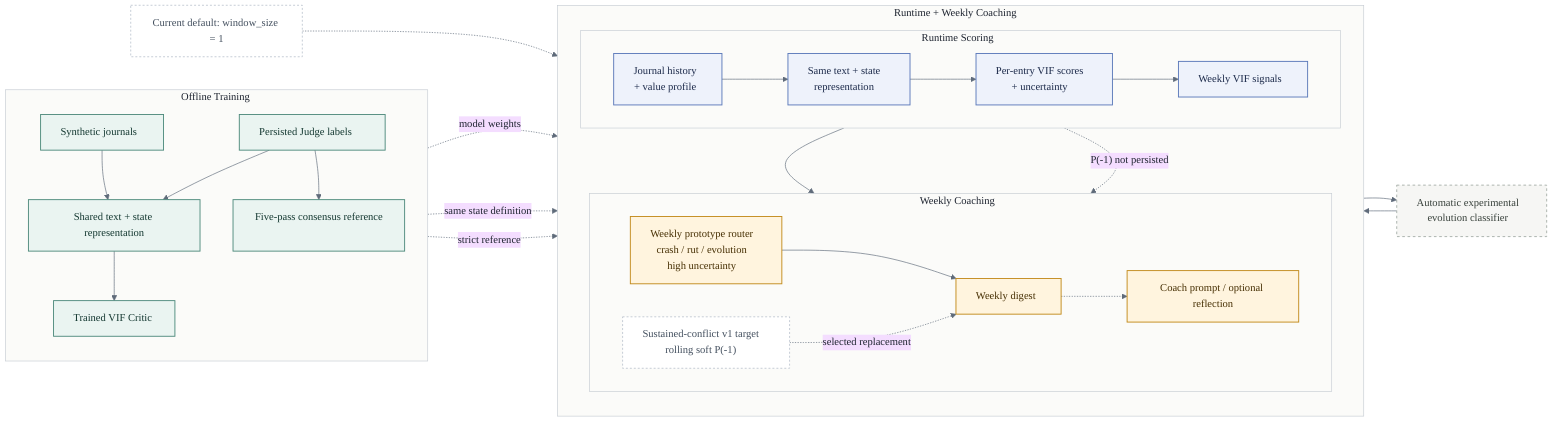
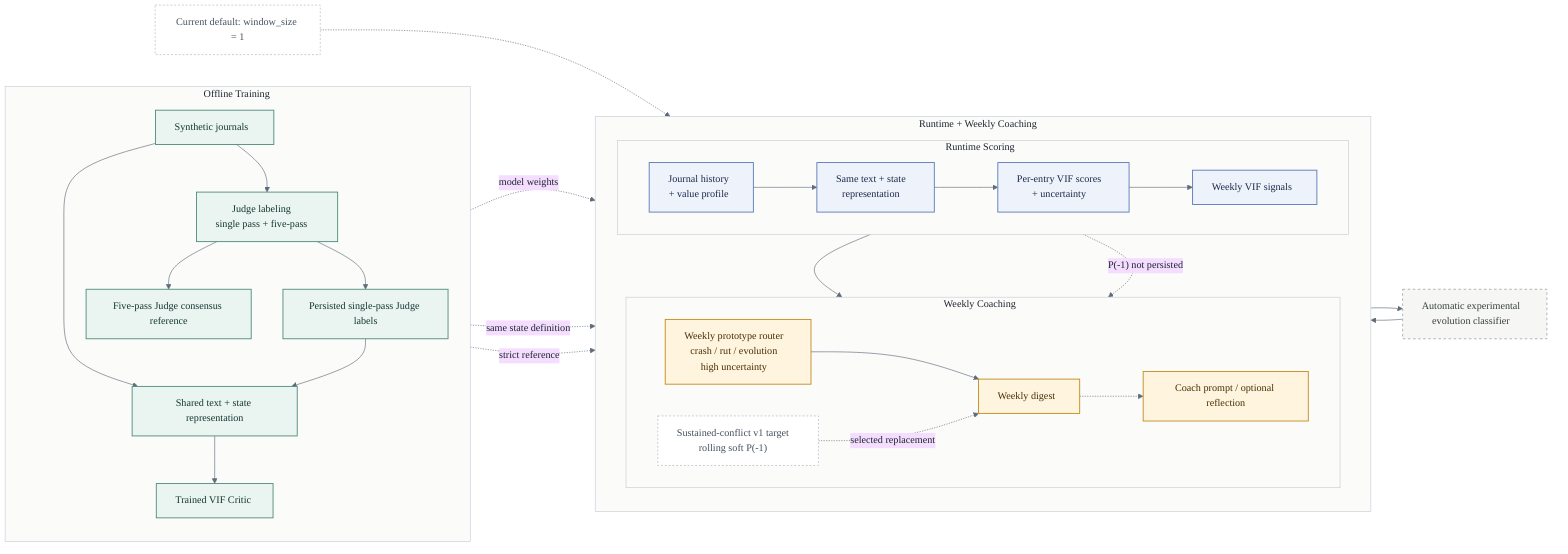
%%{init: {
  'theme': 'base',
  'themeVariables': {
    'fontFamily': 'Aptos, Calibri, Arial, sans-serif',
    'background': '#FFFFFF',
    'lineColor': '#5F6B7A',
    'primaryTextColor': '#1E2430',
    'secondaryTextColor': '#1E2430',
    'tertiaryTextColor': '#1E2430',
    'clusterBkg': '#FBFBF9',
    'clusterBorder': '#C7CDD4'
  }
}}%%
flowchart LR
    classDef offline fill:#EAF4F1,stroke:#4E8A7C,color:#143831,stroke-width:1.4px;
    classDef runtime fill:#EEF2FB,stroke:#5A78B9,color:#1C2A4A,stroke-width:1.4px;
    classDef coach fill:#FFF4DE,stroke:#C28A1B,color:#473004,stroke-width:1.4px;
    classDef optional fill:#F6F6F4,stroke:#9AA39D,color:#38413B,stroke-dasharray: 4 4,stroke-width:1.2px;
    classDef note fill:#FFFFFF,stroke:#AAB4C2,color:#44505F,stroke-dasharray: 3 3;

    subgraph offline_lane["Offline Training"]
        direction TB
        synth["Synthetic journals"]
-         labels["Persisted Judge labels"]
-         consensus["Five-pass consensus reference"]
+         judge["Judge labeling<br/>single pass + five-pass"]
+         labels["Persisted single-pass Judge labels"]
+         consensus["Five-pass Judge consensus reference"]
        shared_train["Shared text + state representation"]
        critic_model["Trained VIF Critic"]
        synth --> shared_train --> critic_model
+         synth --> judge
+         judge --> labels
+         judge --> consensus
        labels --> shared_train
-         labels --> consensus
    end

    subgraph product_lane["Runtime + Weekly Coaching"]
        direction TB
        subgraph runtime_lane["Runtime Scoring"]
            direction LR
            history["Journal history<br/>+ value profile"]
            shared_runtime["Same text + state<br/>representation"]
            entry_scores["Per-entry VIF scores<br/>+ uncertainty"]
            weekly["Weekly VIF signals"]
            history --> shared_runtime --> entry_scores --> weekly
        end
        subgraph coach_lane["Weekly Coaching"]
            direction LR
            drift["Weekly prototype router<br/>crash / rut / evolution<br/>high uncertainty"]
            drift_v1["Sustained-conflict v1 target<br/>rolling soft P(-1)"]
            digest["Weekly digest"]
            coach["Coach prompt / optional reflection"]
            drift --> digest -.-> coach
        end
    end

    critic_model -. "model weights" .-> entry_scores
    shared_train -. "same state definition" .-> shared_runtime
    weekly --> drift
    entry_scores -. "P(-1) not persisted" .-> drift_v1
    consensus -. "strict reference" .-> drift_v1
    drift_v1 -. "selected replacement" .-> digest

    evolution["Automatic experimental<br/>evolution classifier"]
    weekly --> evolution --> drift

    default_note["Current default: window_size = 1"]
    default_note -.-> shared_runtime

-     class synth,labels,consensus,shared_train,critic_model offline;
+     class synth,judge,labels,consensus,shared_train,critic_model offline;
    class history,shared_runtime,entry_scores,weekly runtime;
    class drift,digest,coach coach;
    class evolution optional;
    class default_note,drift_v1 note;
